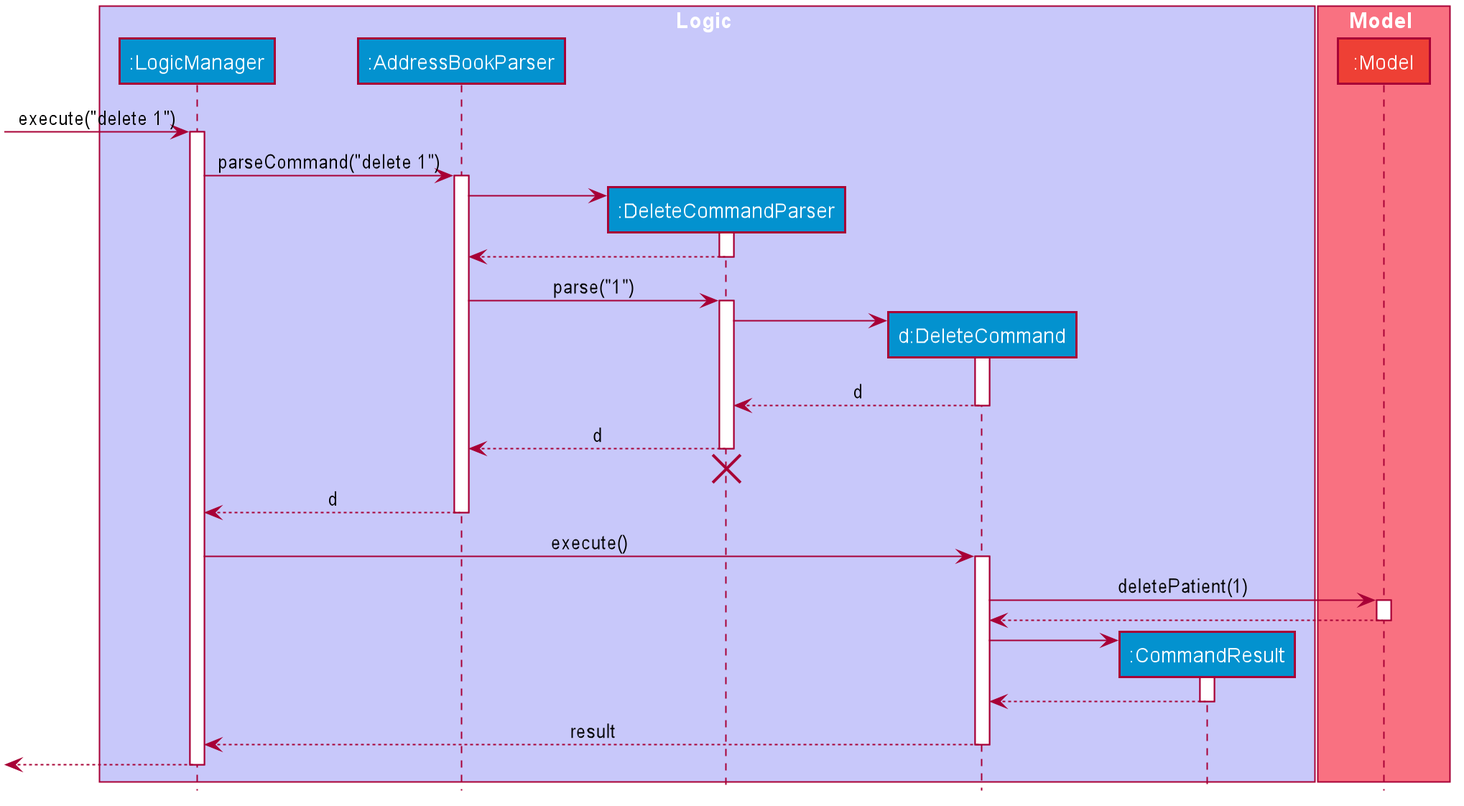
Before: docs/images/UML_Diagrams/DeleteSequenceDiagram.png, a diagram exported from PlantUML (nus-cs2103-AY2021S1/tp). The source it was exported from:
```plantuml
@startuml








skinparam BackgroundColor #FFFFFFF

skinparam Shadowing false

skinparam Class {
    FontColor #FFFFFF
    BorderThickness 1
    BorderColor #FFFFFF
    StereotypeFontColor #FFFFFF
    FontName Arial
}

skinparam Actor {
    BorderColor #000000
    Color #000000
    FontName Arial
}

skinparam Sequence {
    MessageAlign center
    BoxFontSize 15
    BoxPadding 0
    BoxFontColor #FFFFFF
    FontName Arial
}

skinparam Participant {
    FontColor #FFFFFFF
    Padding 20
}

skinparam MinClassWidth 50
skinparam ParticipantPadding 10
skinparam Shadowing false
skinparam DefaultTextAlignment center
skinparam packageStyle Rectangle

hide footbox
hide members
hide circle

box Logic #C8C8FA
participant ":LogicManager" as LogicManager #0392cf
participant ":AddressBookParser" as AddressBookParser #0392cf
participant ":DeleteCommandParser" as DeleteCommandParser #0392cf
participant "d:DeleteCommand" as DeleteCommand #0392cf
participant ":CommandResult" as CommandResult #0392cf
end box

box Model #F97181
participant ":Model" as Model #ee4035
end box

[-> LogicManager : execute("delete 1")
activate LogicManager

LogicManager -> AddressBookParser : parseCommand("delete 1")
activate AddressBookParser

create DeleteCommandParser
AddressBookParser -> DeleteCommandParser
activate DeleteCommandParser

DeleteCommandParser --> AddressBookParser
deactivate DeleteCommandParser

AddressBookParser -> DeleteCommandParser : parse("1")
activate DeleteCommandParser

create DeleteCommand
DeleteCommandParser -> DeleteCommand
activate DeleteCommand

DeleteCommand --> DeleteCommandParser : d
deactivate DeleteCommand

DeleteCommandParser --> AddressBookParser : d
deactivate DeleteCommandParser
DeleteCommandParser -[hidden]-> AddressBookParser
destroy DeleteCommandParser

AddressBookParser --> LogicManager : d
deactivate AddressBookParser

LogicManager -> DeleteCommand : execute()
activate DeleteCommand

DeleteCommand -> Model : deletePatient(1)
activate Model

Model --> DeleteCommand
deactivate Model

create CommandResult
DeleteCommand -> CommandResult
activate CommandResult

CommandResult --> DeleteCommand
deactivate CommandResult

DeleteCommand --> LogicManager : result
deactivate DeleteCommand

[<--LogicManager
deactivate LogicManager
@enduml
```
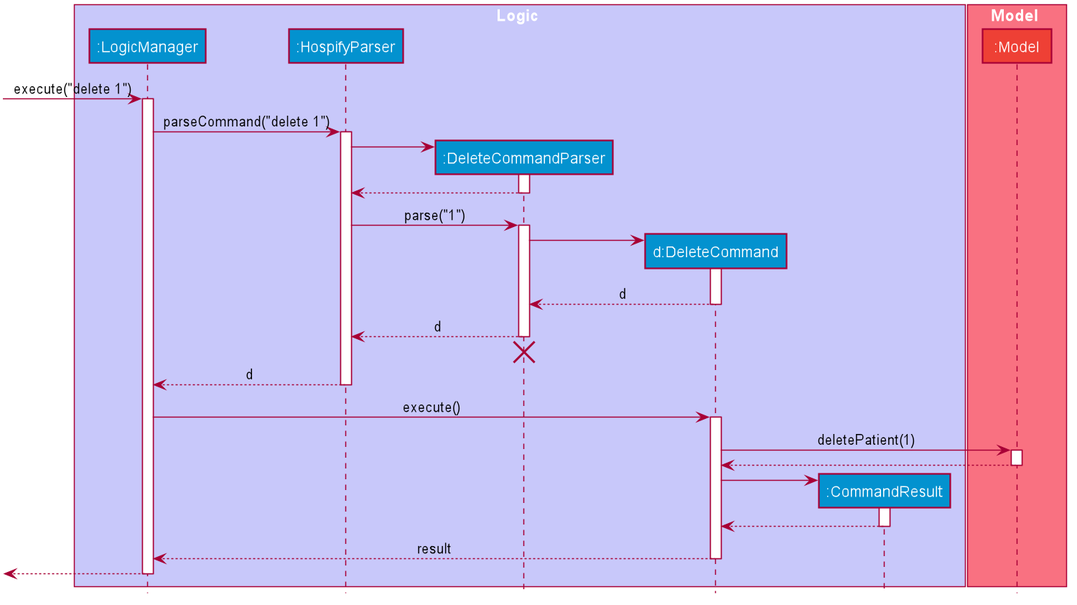
After the commit.

Change to the diagram source:
```diff
@@ -50,7 +50,7 @@
 
 box Logic #C8C8FA
 participant ":LogicManager" as LogicManager #0392cf
-participant ":AddressBookParser" as AddressBookParser #0392cf
+participant ":HospifyParser" as HospifyParser #0392cf
 participant ":DeleteCommandParser" as DeleteCommandParser #0392cf
 participant "d:DeleteCommand" as DeleteCommand #0392cf
 participant ":CommandResult" as CommandResult #0392cf
@@ -63,17 +63,17 @@
 [-> LogicManager : execute("delete 1")
 activate LogicManager
 
-LogicManager -> AddressBookParser : parseCommand("delete 1")
-activate AddressBookParser
+LogicManager -> HospifyParser : parseCommand("delete 1")
+activate HospifyParser
 
 create DeleteCommandParser
-AddressBookParser -> DeleteCommandParser
+HospifyParser -> DeleteCommandParser
 activate DeleteCommandParser
 
-DeleteCommandParser --> AddressBookParser
+DeleteCommandParser --> HospifyParser
 deactivate DeleteCommandParser
 
-AddressBookParser -> DeleteCommandParser : parse("1")
+HospifyParser -> DeleteCommandParser : parse("1")
 activate DeleteCommandParser
 
 create DeleteCommand
@@ -83,13 +83,13 @@
 DeleteCommand --> DeleteCommandParser : d
 deactivate DeleteCommand
 
-DeleteCommandParser --> AddressBookParser : d
+DeleteCommandParser --> HospifyParser : d
 deactivate DeleteCommandParser
-DeleteCommandParser -[hidden]-> AddressBookParser
+DeleteCommandParser -[hidden]-> HospifyParser
 destroy DeleteCommandParser
 
-AddressBookParser --> LogicManager : d
-deactivate AddressBookParser
+HospifyParser --> LogicManager : d
+deactivate HospifyParser
 
 LogicManager -> DeleteCommand : execute()
 activate DeleteCommand
```
